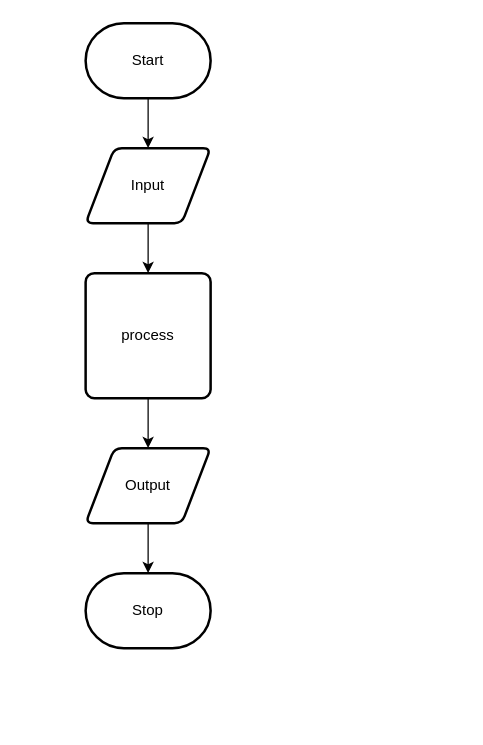
This is design/flow-chart.drawio from Timothy-Manwell/ICS2O-Unit5-02, a draw.io file, before an edit. Source tidied: cells renumbered, new cells numbered last; positions are measured from the earlier drawing's top-left corner, leaving out a move shared by most shapes. Both pictures are drawn from the tidied source at 125%, with x=0, y=0 at pixel (85, 22).
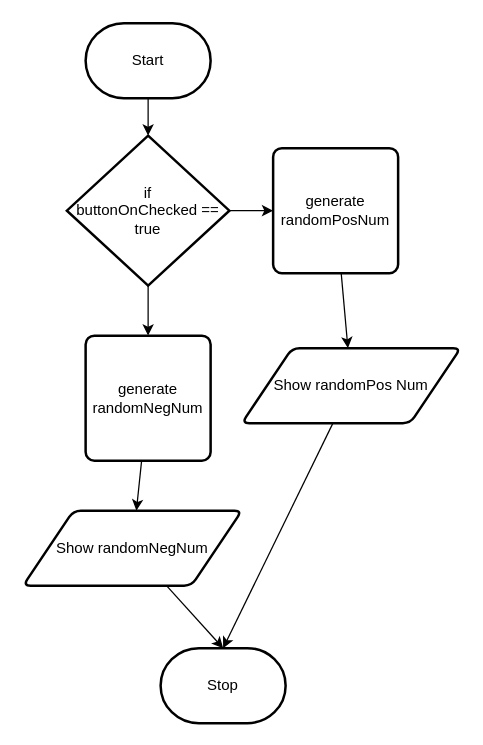
After the change.

Diff of the diagram source:
```diff
@@
 <mxGraphModel>
   <root>
     <mxCell id="0" />
     <mxCell id="1" parent="0" />
-    <mxCell id="2" style="edgeStyle=none;html=1;" parent="1" edge="1" source="3" target="5">
-      <mxGeometry relative="1" as="geometry" />
-    </mxCell>
+    <mxCell id="11" style="edgeStyle=none;html=1;" parent="1" edge="1" source="3" target="8">
+      <mxGeometry relative="1" as="geometry" />
+    </mxCell>
     <mxCell id="3" value="Start" style="strokeWidth=2;html=1;shape=mxgraph.flowchart.terminator;whiteSpace=wrap;" parent="1" vertex="1">
       <mxGeometry width="100" height="60" as="geometry" />
     </mxCell>
-    <mxCell id="4" style="edgeStyle=none;html=1;" parent="1" edge="1" source="5" target="7">
-      <mxGeometry relative="1" as="geometry" />
-    </mxCell>
-    <mxCell id="5" value="Input" style="shape=parallelogram;html=1;strokeWidth=2;perimeter=parallelogramPerimeter;whiteSpace=wrap;rounded=1;arcSize=12;size=0.23;" parent="1" vertex="1">
-      <mxGeometry y="100" width="100" height="60" as="geometry" />
-    </mxCell>
-    <mxCell id="6" style="edgeStyle=none;html=1;" parent="1" edge="1" source="7" target="9">
-      <mxGeometry relative="1" as="geometry" />
-    </mxCell>
-    <mxCell id="7" value="process" style="rounded=1;whiteSpace=wrap;html=1;absoluteArcSize=1;arcSize=14;strokeWidth=2;" parent="1" vertex="1">
-      <mxGeometry y="200" width="100" height="100" as="geometry" />
-    </mxCell>
+    <mxCell id="10" value="Stop" style="strokeWidth=2;html=1;shape=mxgraph.flowchart.terminator;whiteSpace=wrap;" parent="1" vertex="1">
+      <mxGeometry x="60" y="500" width="100" height="60" as="geometry" />
+    </mxCell>
+    <mxCell id="12" style="edgeStyle=none;html=1;entryX=0;entryY=0.5;entryDx=0;entryDy=0;" parent="1" edge="1" source="8" target="15">
+      <mxGeometry relative="1" as="geometry" />
+    </mxCell>
+    <mxCell id="13" style="edgeStyle=none;html=1;" parent="1" edge="1" source="8" target="17">
+      <mxGeometry relative="1" as="geometry" />
+    </mxCell>
-    <mxCell id="8" style="edgeStyle=none;html=1;" parent="1" edge="1" source="9" target="10">
-      <mxGeometry relative="1" as="geometry" />
+    <mxCell id="8" value="if&lt;br&gt;buttonOnChecked == true" style="strokeWidth=2;html=1;shape=mxgraph.flowchart.decision;whiteSpace=wrap;" parent="1" vertex="1">
+      <mxGeometry x="-15" y="90" width="130" height="120" as="geometry" />
     </mxCell>
-    <mxCell id="9" value="Output" style="shape=parallelogram;html=1;strokeWidth=2;perimeter=parallelogramPerimeter;whiteSpace=wrap;rounded=1;arcSize=12;size=0.23;" parent="1" vertex="1">
-      <mxGeometry y="340" width="100" height="60" as="geometry" />
-    </mxCell>
-    <mxCell id="10" value="Stop" style="strokeWidth=2;html=1;shape=mxgraph.flowchart.terminator;whiteSpace=wrap;" parent="1" vertex="1">
-      <mxGeometry y="440" width="100" height="60" as="geometry" />
-    </mxCell>
+    <mxCell id="14" style="edgeStyle=none;html=1;" parent="1" edge="1" source="15" target="19">
+      <mxGeometry relative="1" as="geometry" />
+    </mxCell>
+    <mxCell id="15" value="generate randomPosNum" style="rounded=1;whiteSpace=wrap;html=1;absoluteArcSize=1;arcSize=14;strokeWidth=2;" parent="1" vertex="1">
+      <mxGeometry x="150" y="100" width="100" height="100" as="geometry" />
+    </mxCell>
+    <mxCell id="16" style="edgeStyle=none;html=1;" parent="1" edge="1" source="17" target="21">
+      <mxGeometry relative="1" as="geometry" />
+    </mxCell>
+    <mxCell id="17" value="generate randomNegNum" style="rounded=1;whiteSpace=wrap;html=1;absoluteArcSize=1;arcSize=14;strokeWidth=2;" parent="1" vertex="1">
+      <mxGeometry y="250" width="100" height="100" as="geometry" />
+    </mxCell>
+    <mxCell id="18" style="edgeStyle=none;html=1;entryX=0.5;entryY=0;entryDx=0;entryDy=0;entryPerimeter=0;" parent="1" edge="1" source="19" target="10">
+      <mxGeometry relative="1" as="geometry" />
+    </mxCell>
+    <mxCell id="19" value="Show randomPos Num" style="shape=parallelogram;html=1;strokeWidth=2;perimeter=parallelogramPerimeter;whiteSpace=wrap;rounded=1;arcSize=12;size=0.23;" parent="1" vertex="1">
+      <mxGeometry x="125" y="260" width="175" height="60" as="geometry" />
+    </mxCell>
+    <mxCell id="20" style="edgeStyle=none;html=1;entryX=0.5;entryY=0;entryDx=0;entryDy=0;entryPerimeter=0;" parent="1" edge="1" source="21" target="10">
+      <mxGeometry relative="1" as="geometry" />
+    </mxCell>
+    <mxCell id="21" value="Show randomNegNum" style="shape=parallelogram;html=1;strokeWidth=2;perimeter=parallelogramPerimeter;whiteSpace=wrap;rounded=1;arcSize=12;size=0.23;" parent="1" vertex="1">
+      <mxGeometry x="-50" y="390" width="175" height="60" as="geometry" />
+    </mxCell>
   </root>
 </mxGraphModel>
```
